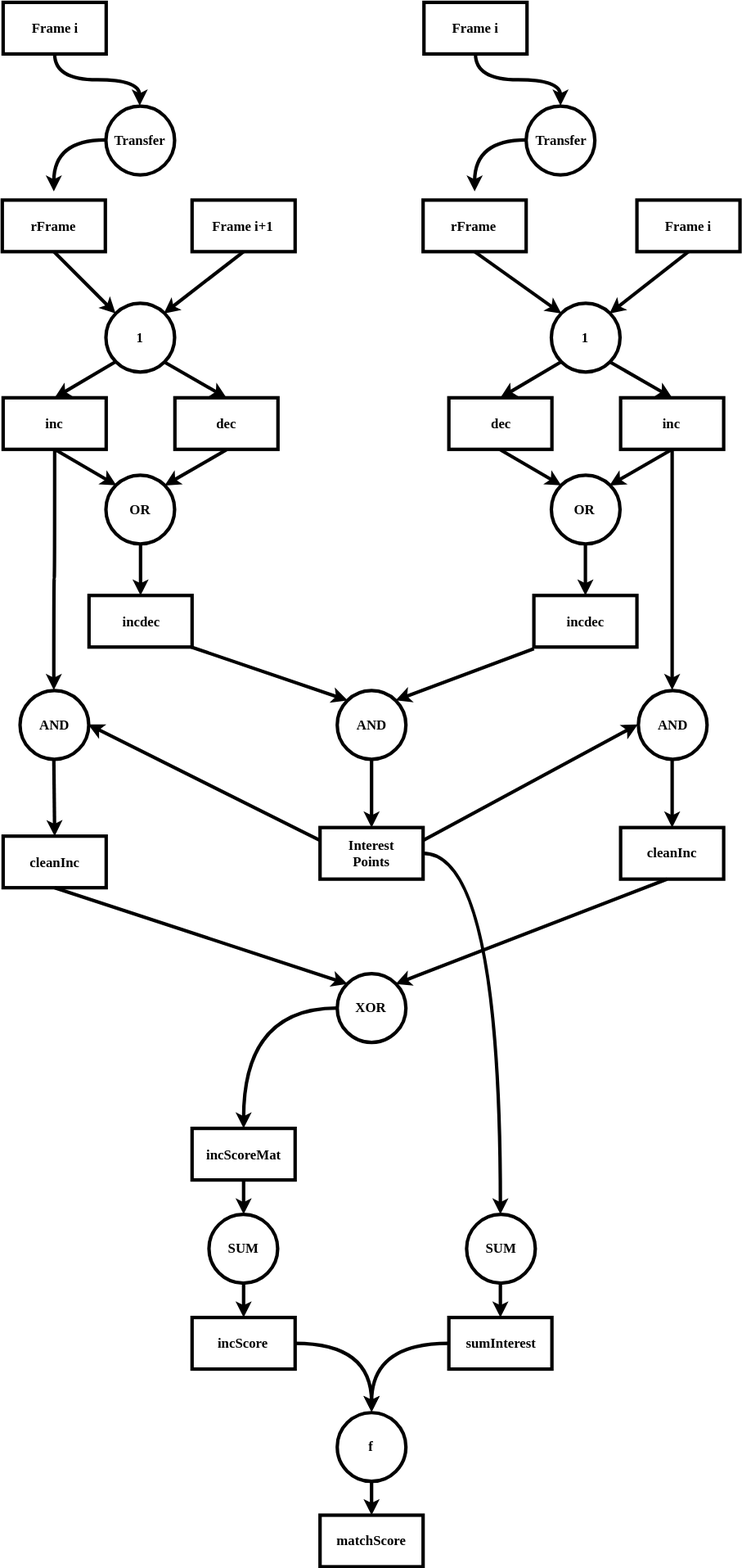
This is Algo3.svg from amilapsn/Collatz, a draw.io export, as it was before one commit. Source tidied: cells renumbered, new cells last; positions are measured from the earlier drawing's top-left corner, leaving out a move shared by most shapes.
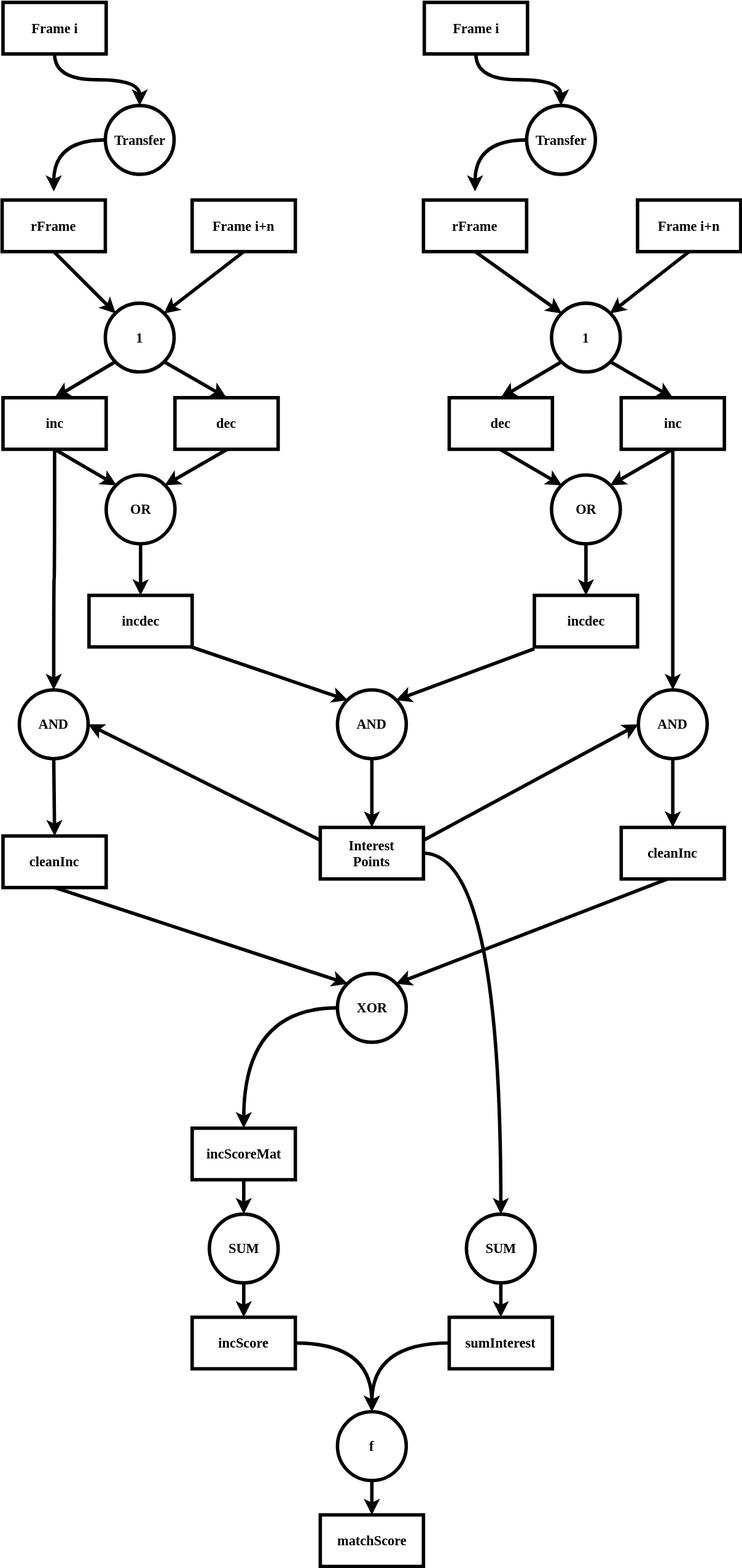
The same file after the commit.

Diff of the diagram source:
```diff
@@ -211,10 +211,10 @@
     <mxCell id="64" value="Transfer" style="ellipse;whiteSpace=wrap;html=1;rounded=0;strokeColor=#000000;strokeWidth=4;fillColor=#ffffff;fontFamily=Verdana;fontSize=16;fontStyle=1;" parent="1" vertex="1">
       <mxGeometry x="610" y="120" width="80" height="80" as="geometry" />
     </mxCell>
-    <mxCell id="65" value="Frame i+1" style="rounded=0;whiteSpace=wrap;html=1;strokeWidth=4;fontFamily=Verdana;fontSize=16;fontStyle=1;" parent="1" vertex="1">
+    <mxCell id="65" value="Frame i+n" style="rounded=0;whiteSpace=wrap;html=1;strokeWidth=4;fontFamily=Verdana;fontSize=16;fontStyle=1;" parent="1" vertex="1">
       <mxGeometry x="221" y="230" width="120" height="60" as="geometry" />
     </mxCell>
-    <mxCell id="66" value="Frame i" style="rounded=0;whiteSpace=wrap;html=1;strokeWidth=4;fontFamily=Verdana;fontSize=16;fontStyle=1;" parent="1" vertex="1">
+    <mxCell id="66" value="Frame i+n" style="rounded=0;whiteSpace=wrap;html=1;strokeWidth=4;fontFamily=Verdana;fontSize=16;fontStyle=1;" parent="1" vertex="1">
       <mxGeometry x="739" y="230" width="120" height="60" as="geometry" />
     </mxCell>
     <mxCell id="67" style="endArrow=classic;html=1;strokeWidth=4;exitX=0.5;exitY=1;entryX=0;entryY=0;" parent="1" edge="1" source="4" target="7">
```
